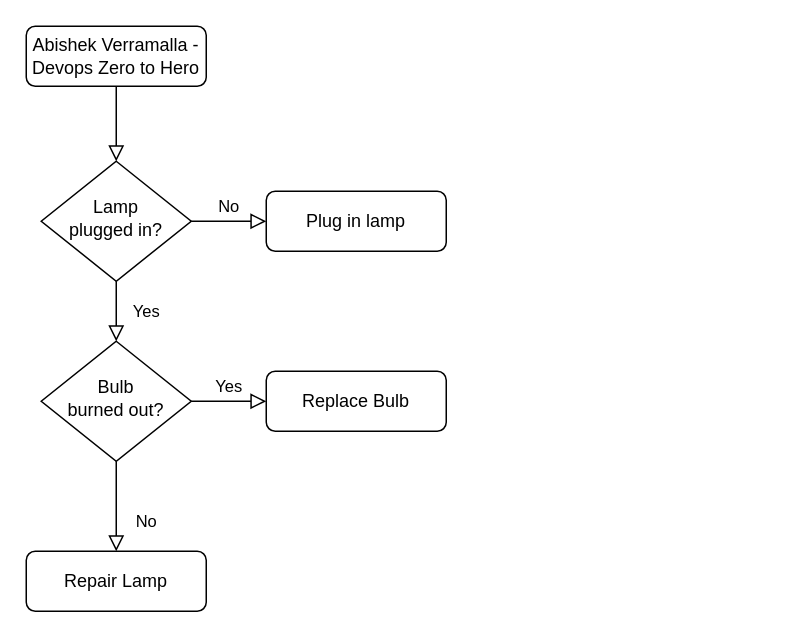
GajaraajaaV/flowcharts keeps this draw.io diagram as Untitled Diagram.drawio. Above is the earlier version. Source tidied: cells renumbered, new cells numbered last; positions are measured from the earlier drawing's top-left corner, leaving out a move shared by most shapes. Both pictures are drawn from the tidied source at 150%, with x=0, y=0 at pixel (26, 26).
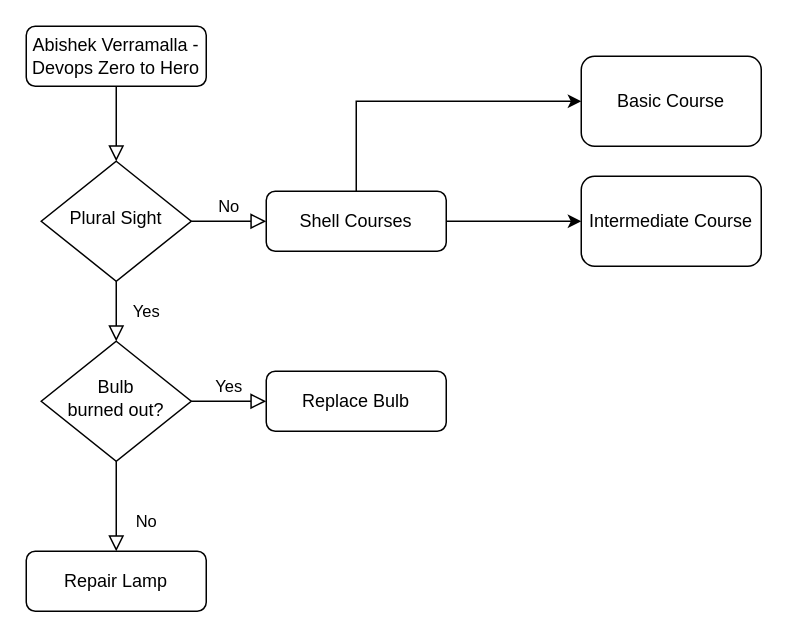
The same diagram, later.

The edit, as a diff of the source:
```diff
@@
 <mxGraphModel>
   <root>
     <mxCell id="0" />
     <mxCell id="1" parent="0" />
     <mxCell id="2" style="rounded=0;html=1;jettySize=auto;fontSize=11;endArrow=block;endFill=0;endSize=8;strokeWidth=1;shadow=0;labelBackgroundColor=none;edgeStyle=orthogonalEdgeStyle;" parent="1" edge="1" source="3" target="6">
       <mxGeometry relative="1" as="geometry" />
     </mxCell>
     <mxCell id="3" value="Abishek Verramalla - Devops Zero to Hero" style="rounded=1;whiteSpace=wrap;html=1;fontSize=12;glass=0;strokeWidth=1;shadow=0;" parent="1" vertex="1">
       <mxGeometry width="120" height="40" as="geometry" />
     </mxCell>
     <mxCell id="4" value="Yes" style="rounded=0;html=1;jettySize=auto;fontSize=11;endArrow=block;endFill=0;endSize=8;strokeWidth=1;shadow=0;labelBackgroundColor=none;edgeStyle=orthogonalEdgeStyle;" parent="1" edge="1" source="6" target="10">
       <mxGeometry y="20" relative="1" as="geometry" />
     </mxCell>
     <mxCell id="5" value="No" style="edgeStyle=orthogonalEdgeStyle;rounded=0;html=1;jettySize=auto;fontSize=11;endArrow=block;endFill=0;endSize=8;strokeWidth=1;shadow=0;labelBackgroundColor=none;" parent="1" edge="1" source="6" target="7">
       <mxGeometry y="10" relative="1" as="geometry" />
     </mxCell>
-    <mxCell id="6" value="Lamp&lt;br&gt;plugged in?" style="rhombus;whiteSpace=wrap;html=1;shadow=0;fontFamily=Helvetica;fontSize=12;align=center;strokeWidth=1;spacing=6;spacingTop=-4;" parent="1" vertex="1">
+    <mxCell id="6" value="Plural Sight" style="rhombus;whiteSpace=wrap;html=1;shadow=0;fontFamily=Helvetica;fontSize=12;align=center;strokeWidth=1;spacing=6;spacingTop=-4;" parent="1" vertex="1">
       <mxGeometry x="10" y="90" width="100" height="80" as="geometry" />
     </mxCell>
+    <mxCell id="13" style="edgeStyle=orthogonalEdgeStyle;rounded=0;jettySize=auto;html=1;" parent="1" edge="1" source="7" target="15">
+      <mxGeometry relative="1" as="geometry">
+        <Array as="points">
+          <mxPoint x="220" y="50" />
+        </Array>
+      </mxGeometry>
+    </mxCell>
+    <mxCell id="14" style="edgeStyle=orthogonalEdgeStyle;rounded=0;jettySize=auto;html=1;" parent="1" edge="1" source="7" target="16">
+      <mxGeometry relative="1" as="geometry" />
+    </mxCell>
-    <mxCell id="7" value="Plug in lamp" style="rounded=1;whiteSpace=wrap;html=1;fontSize=12;glass=0;strokeWidth=1;shadow=0;" parent="1" vertex="1">
+    <mxCell id="7" value="Shell Courses" style="rounded=1;whiteSpace=wrap;html=1;fontSize=12;glass=0;strokeWidth=1;shadow=0;" parent="1" vertex="1">
       <mxGeometry x="160" y="110" width="120" height="40" as="geometry" />
     </mxCell>
     <mxCell id="8" value="No" style="rounded=0;html=1;jettySize=auto;fontSize=11;endArrow=block;endFill=0;endSize=8;strokeWidth=1;shadow=0;labelBackgroundColor=none;edgeStyle=orthogonalEdgeStyle;" parent="1" edge="1" source="10" target="11">
       <mxGeometry x="0.33" y="20" relative="1" as="geometry" />
     </mxCell>
     <mxCell id="9" value="Yes" style="edgeStyle=orthogonalEdgeStyle;rounded=0;html=1;jettySize=auto;fontSize=11;endArrow=block;endFill=0;endSize=8;strokeWidth=1;shadow=0;labelBackgroundColor=none;" parent="1" edge="1" source="10" target="12">
       <mxGeometry y="10" relative="1" as="geometry" />
     </mxCell>
     <mxCell id="10" value="Bulb&lt;br&gt;burned out?" style="rhombus;whiteSpace=wrap;html=1;shadow=0;fontFamily=Helvetica;fontSize=12;align=center;strokeWidth=1;spacing=6;spacingTop=-4;" parent="1" vertex="1">
       <mxGeometry x="10" y="210" width="100" height="80" as="geometry" />
     </mxCell>
     <mxCell id="11" value="Repair Lamp" style="rounded=1;whiteSpace=wrap;html=1;fontSize=12;glass=0;strokeWidth=1;shadow=0;" parent="1" vertex="1">
       <mxGeometry y="350" width="120" height="40" as="geometry" />
     </mxCell>
     <mxCell id="12" value="Replace Bulb" style="rounded=1;whiteSpace=wrap;html=1;fontSize=12;glass=0;strokeWidth=1;shadow=0;" parent="1" vertex="1">
       <mxGeometry x="160" y="230" width="120" height="40" as="geometry" />
     </mxCell>
+    <mxCell id="15" value="Basic Course" style="whiteSpace=wrap;html=1;rounded=1;glass=0;strokeWidth=1;shadow=0;" parent="1" vertex="1">
+      <mxGeometry x="370" y="20" width="120" height="60" as="geometry" />
+    </mxCell>
+    <mxCell id="16" value="Intermediate Course" style="whiteSpace=wrap;html=1;rounded=1;glass=0;strokeWidth=1;shadow=0;" parent="1" vertex="1">
+      <mxGeometry x="370" y="100" width="120" height="60" as="geometry" />
+    </mxCell>
   </root>
 </mxGraphModel>
```
